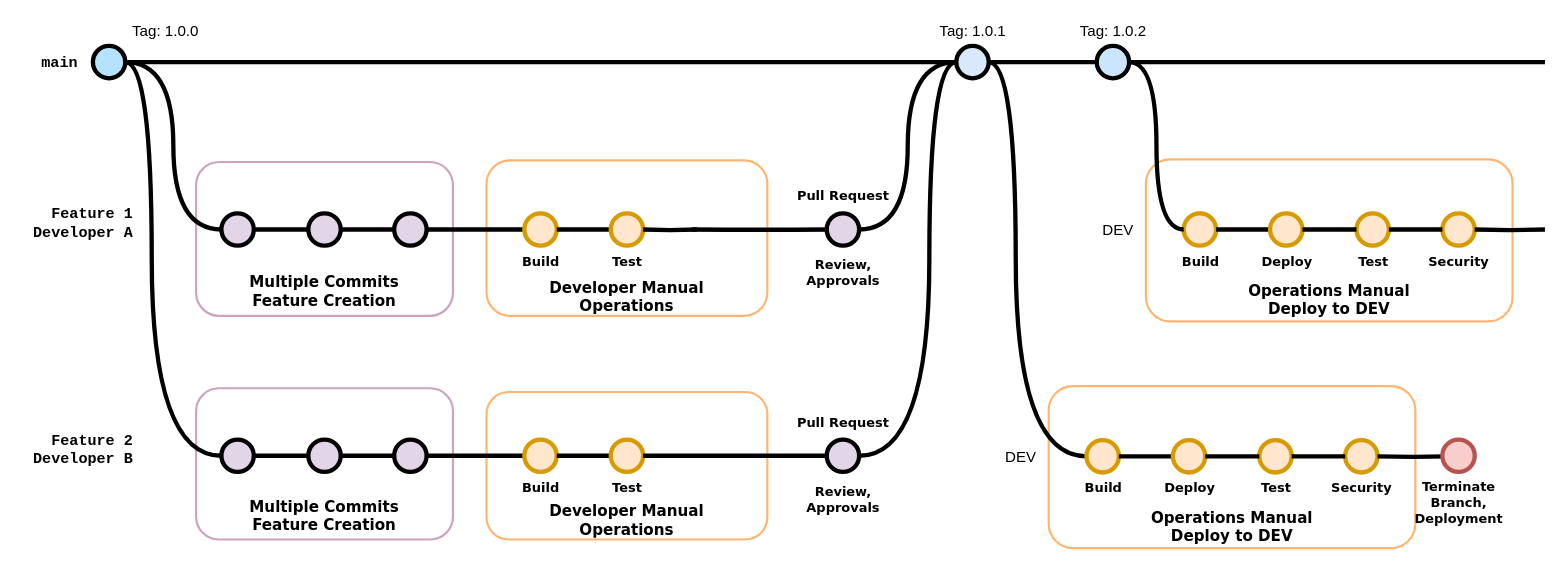
The draw.io diagram page "Traditional SDLC" (1 of 3) of Simple DevSecOps.drawio in eti-tme-tim/drawio-drawings, before the edit. Source tidied: cells renumbered, new cells numbered last; positions are measured from the earlier drawing's top-left corner, leaving out a move shared by most shapes. Both pictures are drawn from the tidied source at 108%, with x=0, y=0 at pixel (18, 18).
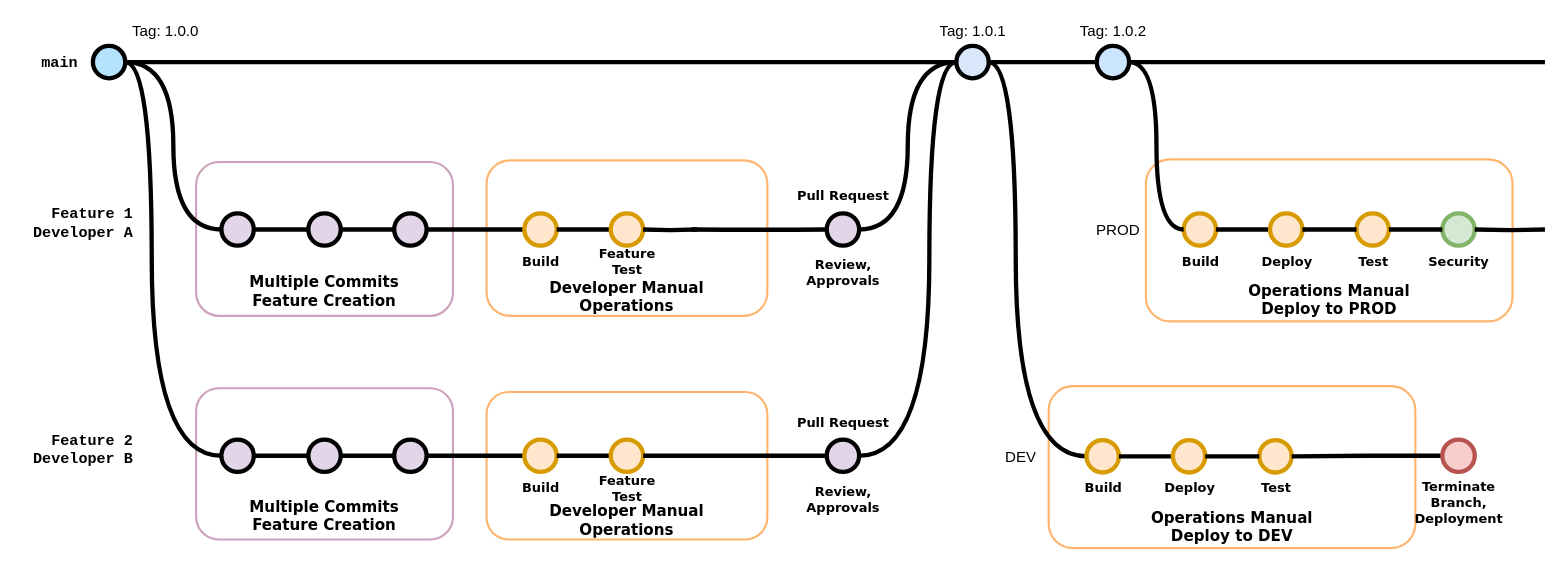
After the change.

Commit message (it also covers changes not shown here):
Remove unused tabs, clean up traditional drawing, add highlights for security

The change refers to these unchanged cells:
```xml
<mxCell id="37" style="verticalLabelPosition=bottom;verticalAlign=top;html=1;strokeWidth=4;shape=mxgraph.flowchart.on-page_reference;strokeColor=#d79b00;fillColor=#ffe6cc;" parent="1" vertex="1">
  <mxGeometry x="1148.5" y="390" width="30" height="30" as="geometry" />
</mxCell>
<mxCell id="89" style="verticalLabelPosition=bottom;verticalAlign=top;html=1;strokeWidth=4;shape=mxgraph.flowchart.on-page_reference;strokeColor=#b85450;fillColor=#f8cecc;" parent="1" vertex="1">
  <mxGeometry x="1318" y="389.5" width="30" height="30" as="geometry" />
</mxCell>
```

Diff of the diagram source:
```diff
@@
-    <mxCell id="21" value="Test" style="text;html=1;align=center;verticalAlign=middle;strokeColor=none;fillColor=none;fontFamily=Verdana;fontStyle=1;" parent="1" vertex="1">
-      <mxGeometry x="538" y="210" width="50" height="30" as="geometry" />
+    <mxCell id="21" value="Feature&lt;br&gt;Test" style="text;html=1;align=center;verticalAlign=middle;strokeColor=none;fillColor=none;fontFamily=Verdana;fontStyle=1;" parent="1" vertex="1">
+      <mxGeometry x="523" y="205" width="80" height="40" as="geometry" />
     </mxCell>
@@
-    <mxCell id="33" value="Security" style="text;html=1;align=center;verticalAlign=middle;strokeColor=none;fillColor=none;fontFamily=Verdana;fontStyle=1;" parent="1" vertex="1">
-      <mxGeometry x="1203" y="420" width="80" height="30" as="geometry" />
-    </mxCell>
@@
-    <mxCell id="40" style="verticalLabelPosition=bottom;verticalAlign=top;html=1;strokeWidth=4;shape=mxgraph.flowchart.on-page_reference;strokeColor=#d79b00;fillColor=#ffe6cc;" parent="1" vertex="1">
-      <mxGeometry x="1228" y="390" width="30" height="30" as="geometry" />
-    </mxCell>
-    <mxCell id="41" style="edgeStyle=orthogonalEdgeStyle;rounded=0;jettySize=auto;html=1;fontFamily=Verdana;strokeWidth=4;strokeColor=default;endArrow=none;endFill=0;exitX=0;exitY=0.5;exitDx=0;exitDy=0;exitPerimeter=0;entryX=1;entryY=0.5;entryDx=0;entryDy=0;entryPerimeter=0;" parent="1" edge="1" source="40" target="37">
+    <mxCell id="41" style="edgeStyle=orthogonalEdgeStyle;rounded=0;jettySize=auto;html=1;fontFamily=Verdana;strokeWidth=4;strokeColor=default;endArrow=none;endFill=0;exitX=0;exitY=0.5;exitDx=0;exitDy=0;exitPerimeter=0;entryX=1;entryY=0.5;entryDx=0;entryDy=0;entryPerimeter=0;" parent="1" edge="1" source="89" target="37">
       <mxGeometry relative="1" as="geometry" />
     </mxCell>
@@
-    <mxCell id="59" value="Test" style="text;html=1;align=center;verticalAlign=middle;strokeColor=none;fillColor=none;fontFamily=Verdana;fontStyle=1;" parent="1" vertex="1">
-      <mxGeometry x="538" y="419.5" width="50" height="30" as="geometry" />
+    <mxCell id="59" value="Feature&lt;br&gt;Test" style="text;html=1;align=center;verticalAlign=middle;strokeColor=none;fillColor=none;fontFamily=Verdana;fontStyle=1;" parent="1" vertex="1">
+      <mxGeometry x="523" y="414.5" width="80" height="40" as="geometry" />
     </mxCell>
@@
-    <mxCell id="71" style="edgeStyle=orthogonalEdgeStyle;rounded=0;jettySize=auto;html=1;fontFamily=Verdana;strokeWidth=4;strokeColor=default;endArrow=none;endFill=0;entryX=1;entryY=0.5;entryDx=0;entryDy=0;entryPerimeter=0;" parent="1" edge="1" target="40">
-      <mxGeometry relative="1" as="geometry">
-        <mxPoint x="1323" y="405" as="sourcePoint" />
-      </mxGeometry>
-    </mxCell>
@@
-    <mxCell id="73" value="&lt;div style=&quot;&quot;&gt;Operations Manual Deploy to DEV&lt;/div&gt;" style="text;html=1;strokeColor=none;fillColor=none;align=center;verticalAlign=middle;whiteSpace=wrap;overflow=hidden;fontSize=14;fontStyle=1;fontFamily=Verdana;shadow=1;" parent="1" vertex="1">
+    <mxCell id="73" value="&lt;div style=&quot;&quot;&gt;Operations Manual Deploy to PROD&lt;/div&gt;" style="text;html=1;strokeColor=none;fillColor=none;align=center;verticalAlign=middle;whiteSpace=wrap;overflow=hidden;fontSize=14;fontStyle=1;fontFamily=Verdana;shadow=1;" parent="1" vertex="1">
       <mxGeometry x="1122" y="240" width="182.5" height="40" as="geometry" />
     </mxCell>
@@
-    <mxCell id="82" style="verticalLabelPosition=bottom;verticalAlign=top;html=1;strokeWidth=4;shape=mxgraph.flowchart.on-page_reference;strokeColor=#d79b00;fillColor=#ffe6cc;" parent="1" vertex="1">
+    <mxCell id="82" style="verticalLabelPosition=bottom;verticalAlign=top;html=1;strokeWidth=4;shape=mxgraph.flowchart.on-page_reference;strokeColor=#82b366;fillColor=#d5e8d4;" parent="1" vertex="1">
       <mxGeometry x="1318" y="180" width="30" height="30" as="geometry" />
     </mxCell>
@@
-    <mxCell id="85" value="DEV" style="text;html=1;strokeColor=none;fillColor=none;align=center;verticalAlign=middle;whiteSpace=wrap;overflow=hidden;fontSize=14;" parent="1" vertex="1">
+    <mxCell id="85" value="PROD" style="text;html=1;strokeColor=none;fillColor=none;align=center;verticalAlign=middle;whiteSpace=wrap;overflow=hidden;fontSize=14;" parent="1" vertex="1">
       <mxGeometry x="988" y="184.5" width="59.5" height="20" as="geometry" />
     </mxCell>
```
